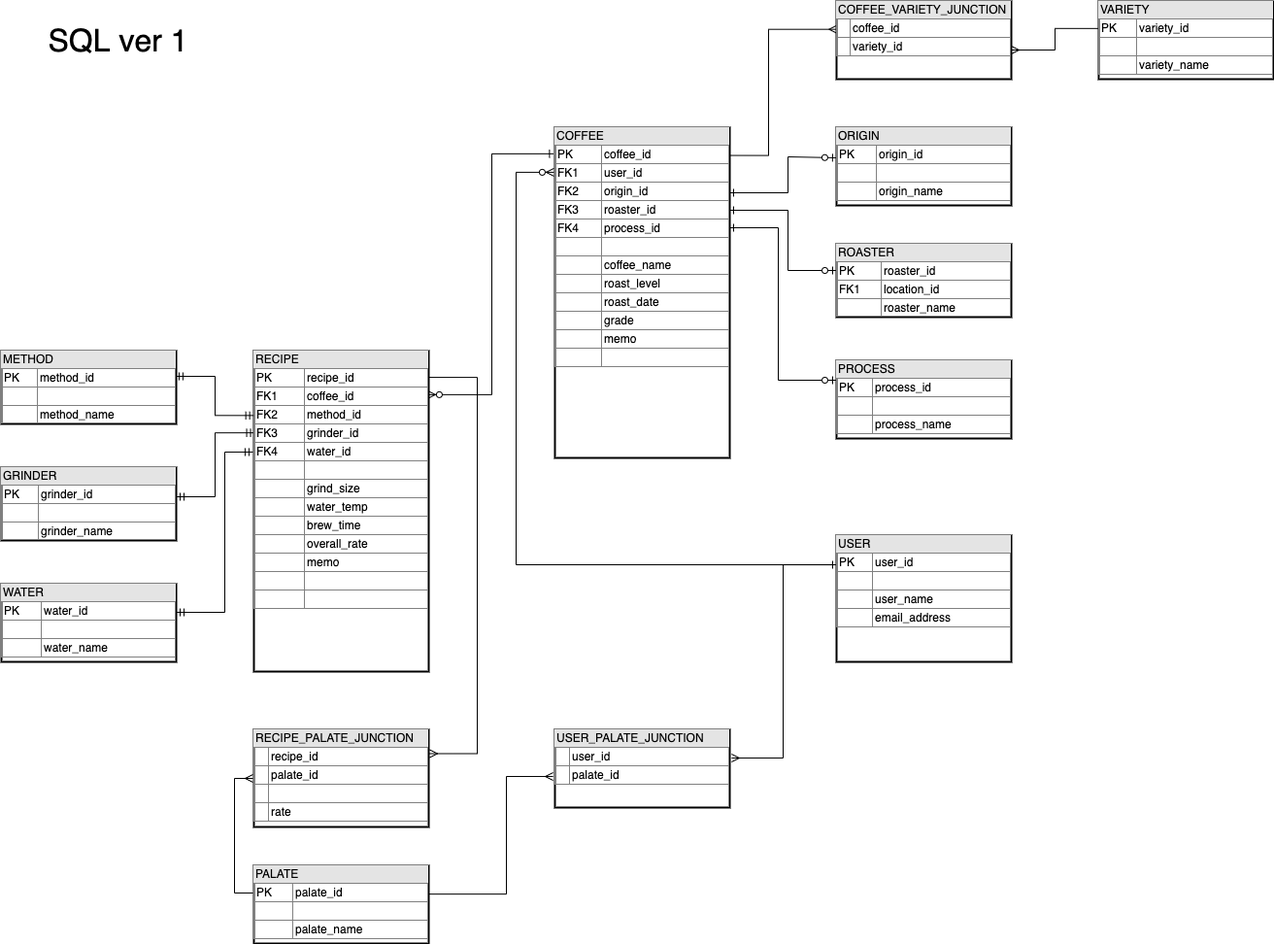
Earlier version of the draw.io export sql_design_v1.drawio.png (miyazakimaiko/coffeastock-client). Source tidied: cells renumbered, new cells last; positions are measured from the earlier drawing's top-left corner, leaving out a move shared by most shapes.
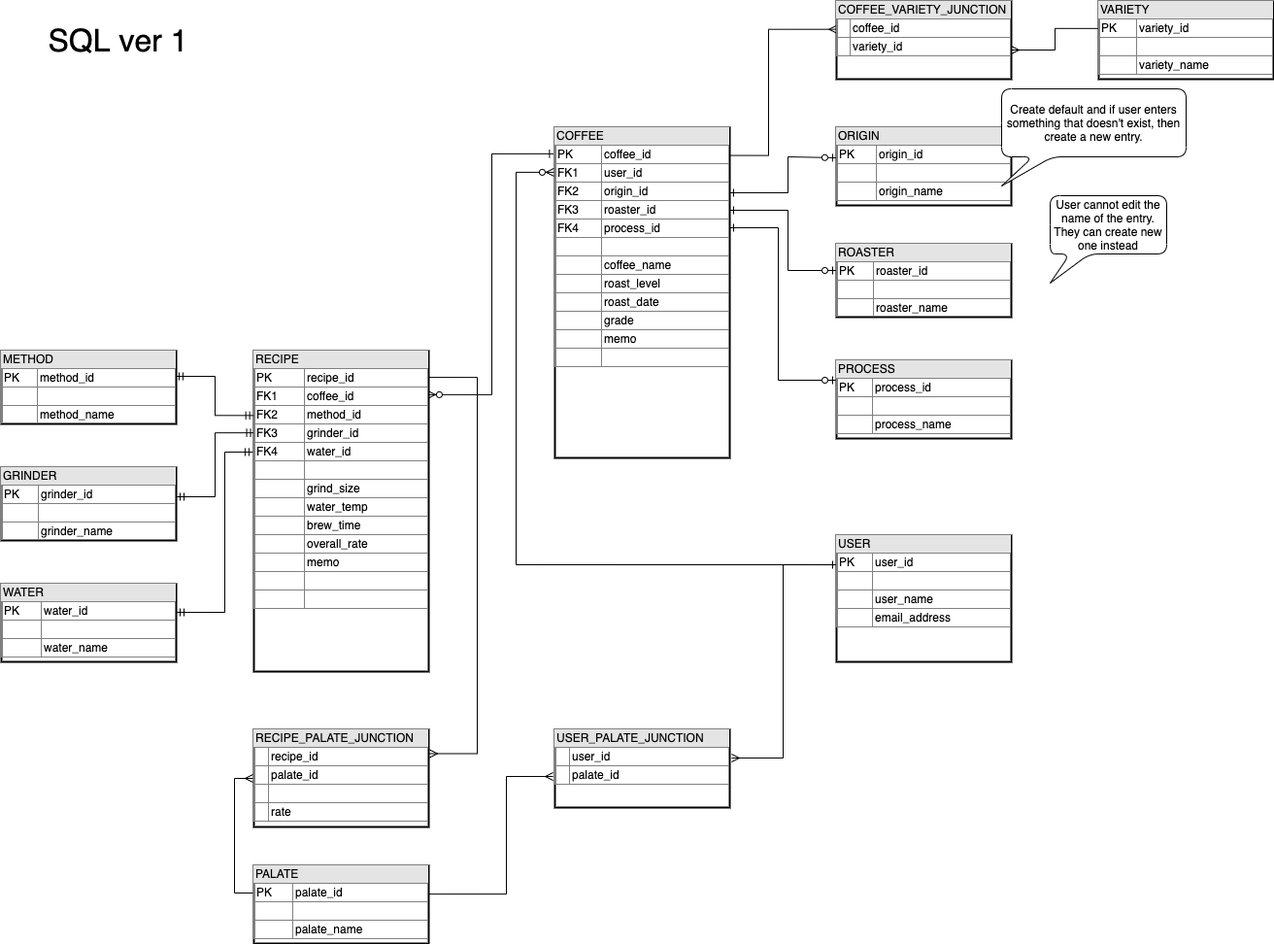
After the change.

Change to the diagram source:
```diff
@@ -21,7 +21,7 @@
         </Array>
       </mxGeometry>
     </mxCell>
-    <mxCell id="5" value="&lt;div style=&quot;box-sizing: border-box ; width: 100% ; background: #e4e4e4 ; padding: 2px&quot;&gt;ROASTER&lt;/div&gt;&lt;table style=&quot;width: 100% ; font-size: 1em ; border: 1px solid rgb(128 , 128 , 128) ; border-collapse: collapse&quot; cellpadding=&quot;2&quot; cellspacing=&quot;0&quot; border=&quot;1&quot;&gt;&lt;tbody&gt;&lt;tr&gt;&lt;td&gt;PK&lt;/td&gt;&lt;td&gt;roaster_id&lt;/td&gt;&lt;/tr&gt;&lt;tr&gt;&lt;td&gt;FK1&lt;/td&gt;&lt;td&gt;location_id&lt;/td&gt;&lt;/tr&gt;&lt;tr&gt;&lt;td&gt;&lt;/td&gt;&lt;td&gt;roaster_name&lt;/td&gt;&lt;/tr&gt;&lt;/tbody&gt;&lt;/table&gt;" style="verticalAlign=top;align=left;overflow=fill;html=1;strokeWidth=2;" parent="1" vertex="1">
+    <mxCell id="5" value="&lt;div style=&quot;box-sizing: border-box ; width: 100% ; background: #e4e4e4 ; padding: 2px&quot;&gt;ROASTER&lt;/div&gt;&lt;table style=&quot;width: 100% ; font-size: 1em ; border: 1px solid rgb(128 , 128 , 128) ; border-collapse: collapse&quot; cellpadding=&quot;2&quot; cellspacing=&quot;0&quot; border=&quot;1&quot;&gt;&lt;tbody&gt;&lt;tr&gt;&lt;td&gt;PK&lt;/td&gt;&lt;td&gt;roaster_id&lt;/td&gt;&lt;/tr&gt;&lt;tr&gt;&lt;td&gt;&lt;/td&gt;&lt;td&gt;&lt;br&gt;&lt;/td&gt;&lt;/tr&gt;&lt;tr&gt;&lt;td&gt;&lt;/td&gt;&lt;td&gt;roaster_name&lt;/td&gt;&lt;/tr&gt;&lt;/tbody&gt;&lt;/table&gt;" style="verticalAlign=top;align=left;overflow=fill;html=1;strokeWidth=2;" parent="1" vertex="1">
       <mxGeometry x="860" y="250" width="180" height="75" as="geometry" />
     </mxCell>
     <mxCell id="6" style="edgeStyle=orthogonalEdgeStyle;rounded=0;jettySize=auto;html=1;entryX=-0.009;entryY=0.079;entryDx=0;entryDy=0;startArrow=ERzeroToMany;startFill=1;endArrow=ERone;endFill=0;exitX=0.994;exitY=0.136;exitDx=0;exitDy=0;exitPerimeter=0;entryPerimeter=0;" parent="1" edge="1" source="10" target="18">
@@ -142,5 +142,11 @@
     <mxCell id="30" value="&lt;font style=&quot;font-size: 32px&quot;&gt;SQL ver 1&lt;br&gt;&lt;/font&gt;" style="text;html=1;align=center;verticalAlign=middle;strokeColor=none;" parent="1" vertex="1">
       <mxGeometry x="40" y="25" width="160" height="30" as="geometry" />
     </mxCell>
+    <mxCell id="31" value="Create default and if user enters something that doesn't exist, then create a new entry." style="shape=callout;rounded=1;whiteSpace=wrap;html=1;perimeter=calloutPerimeter;position2=0;size=30;position=0.17;" parent="1" vertex="1">
+      <mxGeometry x="1030" y="90" width="190" height="100" as="geometry" />
+    </mxCell>
+    <mxCell id="32" value="User cannot edit the name of the entry. They can create new one instead" style="shape=callout;rounded=1;whiteSpace=wrap;html=1;perimeter=calloutPerimeter;position2=0;size=30;position=0.17;" parent="1" vertex="1">
+      <mxGeometry x="1080" y="200" width="120" height="90" as="geometry" />
+    </mxCell>
   </root>
 </mxGraphModel>
```
